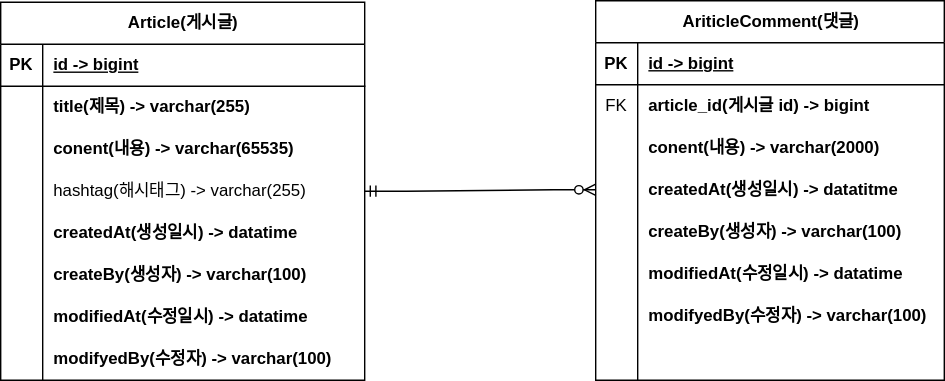
The draw.io diagram project-board-erd.svg in hoonssss/board, before a commit. Source tidied: cells renumbered, new cells last; positions are measured from the earlier drawing's top-left corner, leaving out a move shared by most shapes.
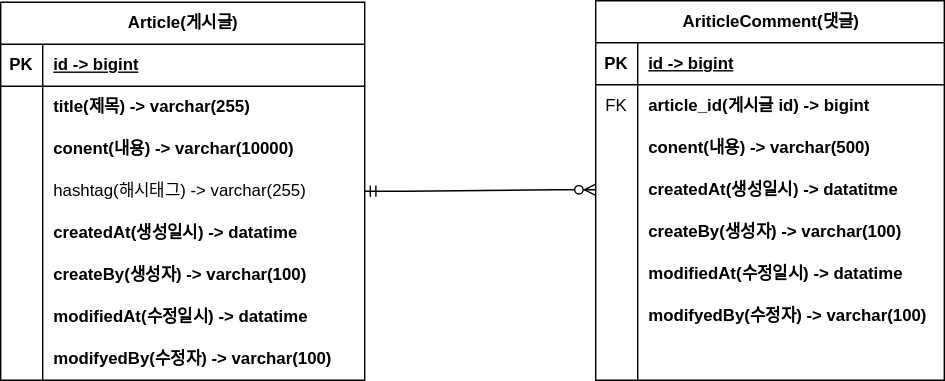
After the commit.

Diff of the diagram source:
```diff
@@ -2,11 +2,6 @@
   <root>
     <mxCell id="0" />
     <mxCell id="1" parent="0" />
-    <mxCell id="2" style="edgeStyle=entityRelationEdgeStyle;endArrow=ERzeroToMany;startArrow=ERone;endFill=1;startFill=0;" parent="1" edge="1" target="x">
-      <mxGeometry relative="1" as="geometry">
-        <mxPoint x="610" as="sourcePoint" />
-      </mxGeometry>
-    </mxCell>
     <mxCell id="3" value="Article(게시글)" style="shape=table;startSize=30;rowLines=0;fontStyle=1;align=center;html=1;" parent="1" vertex="1">
       <mxGeometry y="96" width="260" height="270" as="geometry" />
     </mxCell>
@@ -34,7 +29,7 @@
     <mxCell id="11" style="shape=partialRectangle;fillColor=none;top=0;left=0;bottom=0;right=0;overflow=hidden;whiteSpace=wrap;html=1;" parent="10" vertex="1">
       <mxGeometry width="30" height="30" as="geometry" />
     </mxCell>
-    <mxCell id="12" value="conent(내용) -&amp;gt; varchar(65535)" style="shape=partialRectangle;fillColor=none;top=0;left=0;bottom=0;right=0;align=left;spacingLeft=6;overflow=hidden;whiteSpace=wrap;html=1;fontStyle=1;" parent="10" vertex="1">
+    <mxCell id="12" value="conent(내용) -&amp;gt; varchar(10000)" style="shape=partialRectangle;fillColor=none;top=0;left=0;bottom=0;right=0;align=left;spacingLeft=6;overflow=hidden;whiteSpace=wrap;html=1;fontStyle=1;" parent="10" vertex="1">
       <mxGeometry x="30" width="230" height="30" as="geometry" />
     </mxCell>
     <mxCell id="13" style="shape=tableRow;horizontal=0;startSize=0;swimlaneHead=0;swimlaneBody=0;fillColor=none;points=[[0,0.5],[1,0.5]];portConstraint=eastwest;top=0;left=0;right=0;bottom=0;" parent="3" vertex="1">
@@ -109,7 +104,7 @@
     <mxCell id="36" style="shape=partialRectangle;fillColor=none;top=0;left=0;bottom=0;right=0;overflow=hidden;whiteSpace=wrap;html=1;" parent="35" vertex="1">
       <mxGeometry width="30" height="30" as="geometry" />
     </mxCell>
-    <mxCell id="37" value="conent(내용) -&amp;gt; varchar(2000)" style="shape=partialRectangle;fillColor=none;top=0;left=0;bottom=0;right=0;align=left;spacingLeft=6;overflow=hidden;whiteSpace=wrap;html=1;fontStyle=1;" parent="35" vertex="1">
+    <mxCell id="37" value="conent(내용) -&amp;gt; varchar(500)" style="shape=partialRectangle;fillColor=none;top=0;left=0;bottom=0;right=0;align=left;spacingLeft=6;overflow=hidden;whiteSpace=wrap;html=1;fontStyle=1;" parent="35" vertex="1">
       <mxGeometry x="30" width="219" height="30" as="geometry" />
     </mxCell>
     <mxCell id="38" style="shape=tableRow;horizontal=0;startSize=0;swimlaneHead=0;swimlaneBody=0;fillColor=none;points=[[0,0.5],[1,0.5]];portConstraint=eastwest;top=0;left=0;right=0;bottom=0;" parent="28" vertex="1">
```
